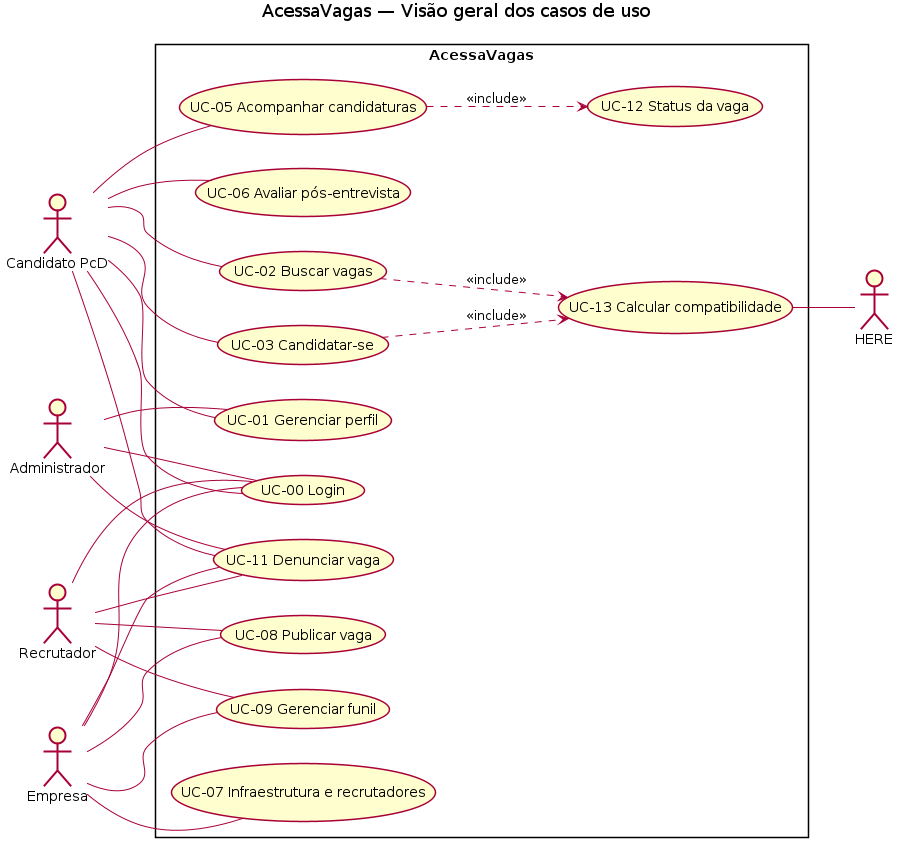
The PlantUML diagram docs/Diagramas Caso De Uso/UC-geral.png in rafael-marquart/Trabalho_ModelagemDeSistema, before a commit. Its source is kept beside it as docs/Diagramas Caso De Uso/fonte/UC-geral.puml.
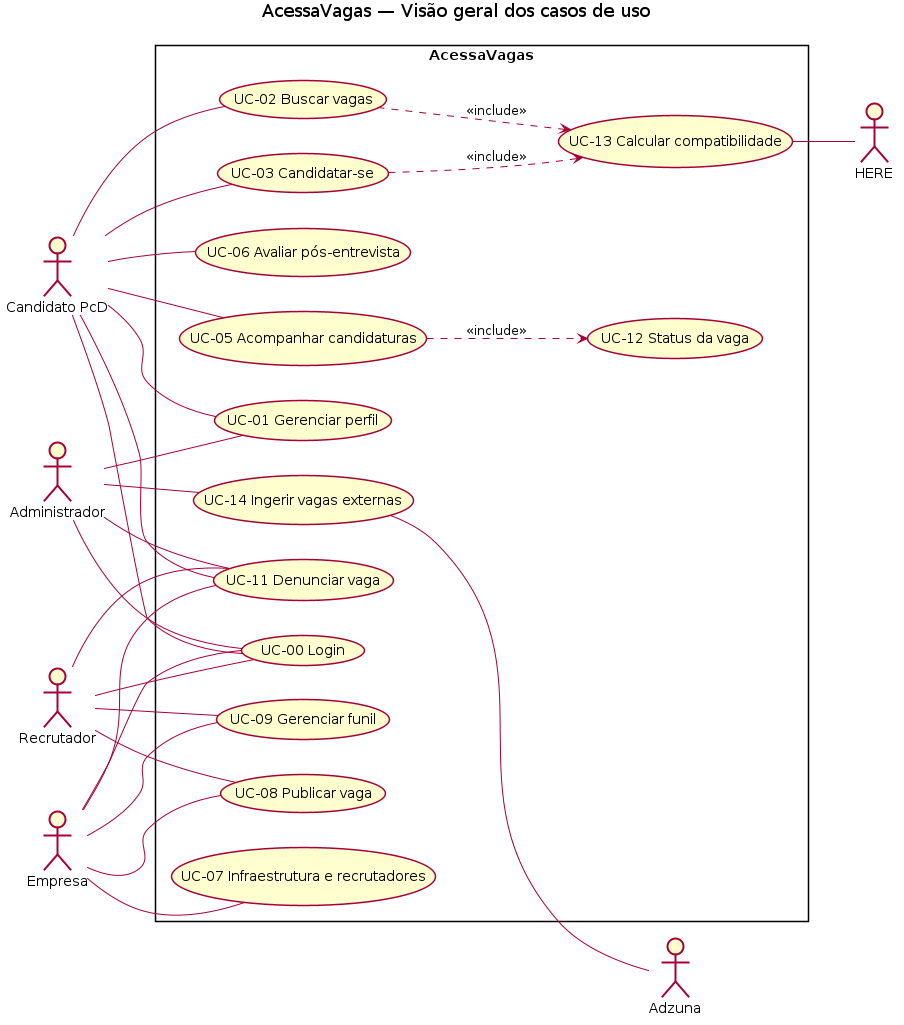
After the change.

What changed in the source:
```diff
@@ -8,6 +8,7 @@
 actor "Recrutador" as R
 actor "Administrador" as A
 actor "HERE" as H
+actor "Adzuna" as Z
 rectangle "AcessaVagas" {
   usecase "UC-00 Login" as U0
   usecase "UC-01 Gerenciar perfil" as U1
@@ -21,6 +22,7 @@
   usecase "UC-11 Denunciar vaga" as U11
   usecase "UC-12 Status da vaga" as U12
   usecase "UC-13 Calcular compatibilidade" as U13
+  usecase "UC-14 Ingerir vagas externas" as U14
 }
 C -- U0
 C -- U1
@@ -45,4 +47,6 @@
 U3 ..> U13 : <<include>>
 U5 ..> U12 : <<include>>
 U13 -- H
+A -- U14
+U14 -- Z
 @enduml
```
